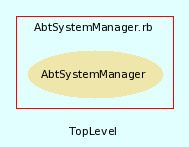
The Graphviz diagram src/trunk/doc/dot/f_7.png in eschabell/abtlinux, before a commit. Its source is kept beside it as src/trunk/doc/dot/f_7.dot.
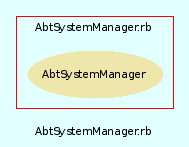
After the change.

Diff of the diagram source:
```diff
@@ -3,7 +3,7 @@
     bgcolor = lightcyan1
     fontname = Arial
     fontsize = 8
-    label = "TopLevel"
+    label = "AbtSystemManager.rb"
     node [
         fontname = Arial,
         fontsize = 8,
```
